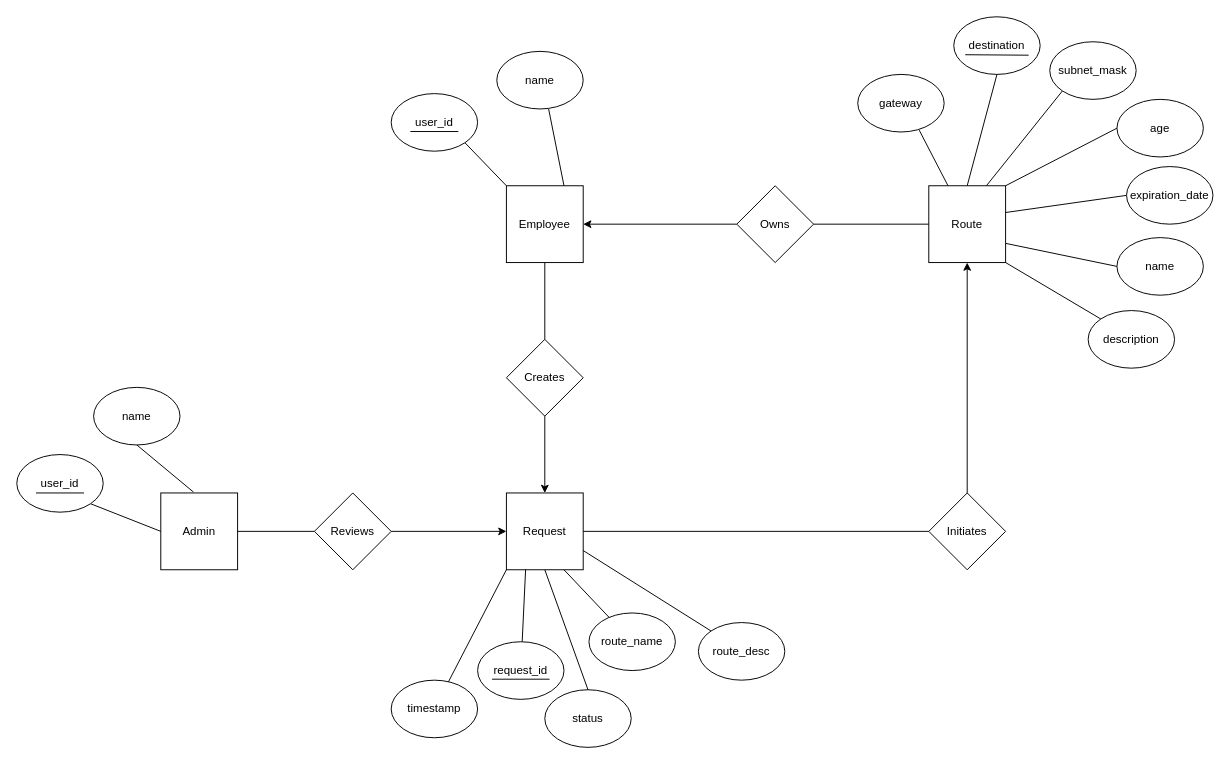
Above: vpn-routing-erd.drawio in macsyd/csc370-database-project (draw.io), before the change. Source tidied: cells renumbered, new cells numbered last; positions are measured from the earlier drawing's top-left corner, leaving out a move shared by most shapes. Both pictures are drawn from the tidied source at 96%, with x=0, y=0 at pixel (16, 16).
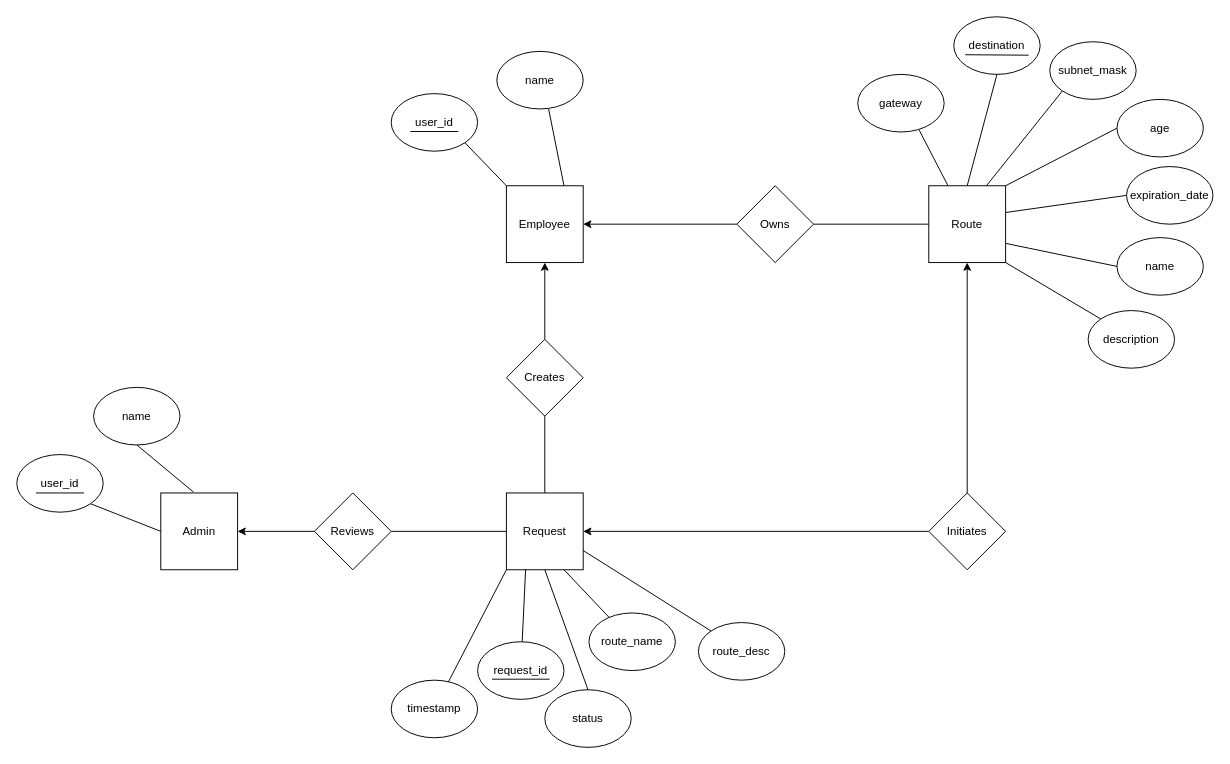
The same page after the edit.

Commit message:
Update multiplicity arrows in vpn-routing-erd.drawio

The change refers to these unchanged cells:
```xml
<mxCell id="18" value="Employee" style="whiteSpace=wrap;html=1;" parent="1" vertex="1">
  <mxGeometry x="510" y="176" width="80" height="80" as="geometry" />
</mxCell>
<mxCell id="25" value="Request" style="whiteSpace=wrap;html=1;" parent="1" vertex="1">
  <mxGeometry x="510" y="496" width="80" height="80" as="geometry" />
</mxCell>
<mxCell id="35" value="Admin" style="whiteSpace=wrap;html=1;" parent="1" vertex="1">
  <mxGeometry x="150" y="496" width="80" height="80" as="geometry" />
</mxCell>
<mxCell id="39" value="Creates" style="rhombus;whiteSpace=wrap;html=1;" parent="1" vertex="1">
  <mxGeometry x="510" y="336" width="80" height="80" as="geometry" />
</mxCell>
<mxCell id="43" value="Reviews" style="rhombus;whiteSpace=wrap;html=1;" parent="1" vertex="1">
  <mxGeometry x="310" y="496" width="80" height="80" as="geometry" />
</mxCell>
<mxCell id="50" value="Initiates" style="rhombus;whiteSpace=wrap;html=1;" parent="1" vertex="1">
  <mxGeometry x="950" y="496" width="80" height="80" as="geometry" />
</mxCell>
```

Diff of the diagram source:
```diff
@@
-    <mxCell id="40" style="rounded=0;jettySize=auto;html=1;endArrow=none;endFill=0;entryX=0.5;entryY=1;entryDx=0;entryDy=0;exitX=0.5;exitY=0;exitDx=0;exitDy=0;" parent="1" edge="1" source="39" target="18">
+    <mxCell id="40" style="rounded=0;jettySize=auto;html=1;endArrow=classic;endFill=1;entryX=0.5;entryY=1;entryDx=0;entryDy=0;exitX=0.5;exitY=0;exitDx=0;exitDy=0;" parent="1" edge="1" source="39" target="18">
       <mxGeometry relative="1" as="geometry" />
     </mxCell>
-    <mxCell id="41" style="endArrow=classic;html=1;rounded=0;entryX=0.5;entryY=0;entryDx=0;entryDy=0;exitX=0.5;exitY=1;exitDx=0;exitDy=0;" parent="1" edge="1" source="39" target="25">
+    <mxCell id="41" style="endArrow=none;html=1;rounded=0;entryX=0.5;entryY=0;entryDx=0;entryDy=0;exitX=0.5;exitY=1;exitDx=0;exitDy=0;endFill=0;" parent="1" edge="1" source="39" target="25">
       <mxGeometry relative="1" as="geometry" />
     </mxCell>
@@
-    <mxCell id="44" style="rounded=0;jettySize=auto;html=1;endArrow=none;endFill=0;entryX=1;entryY=0.5;entryDx=0;entryDy=0;exitX=0;exitY=0.5;exitDx=0;exitDy=0;" parent="1" edge="1" source="43" target="35">
+    <mxCell id="44" style="rounded=0;jettySize=auto;html=1;endArrow=classic;endFill=1;entryX=1;entryY=0.5;entryDx=0;entryDy=0;exitX=0;exitY=0.5;exitDx=0;exitDy=0;startArrow=none;startFill=0;" parent="1" edge="1" source="43" target="35">
       <mxGeometry relative="1" as="geometry" />
     </mxCell>
-    <mxCell id="45" style="endArrow=classic;html=1;rounded=0;entryX=0;entryY=0.5;entryDx=0;entryDy=0;exitX=1;exitY=0.5;exitDx=0;exitDy=0;" parent="1" edge="1" source="43" target="25">
+    <mxCell id="45" style="endArrow=none;html=1;rounded=0;entryX=0;entryY=0.5;entryDx=0;entryDy=0;exitX=1;exitY=0.5;exitDx=0;exitDy=0;endFill=0;" parent="1" edge="1" source="43" target="25">
       <mxGeometry relative="1" as="geometry" />
     </mxCell>
@@
-    <mxCell id="51" style="rounded=0;jettySize=auto;html=1;endArrow=none;endFill=0;entryX=1;entryY=0.5;entryDx=0;entryDy=0;exitX=0;exitY=0.5;exitDx=0;exitDy=0;" parent="1" edge="1" source="50" target="25">
+    <mxCell id="51" style="rounded=0;jettySize=auto;html=1;endArrow=classic;endFill=1;entryX=1;entryY=0.5;entryDx=0;entryDy=0;exitX=0;exitY=0.5;exitDx=0;exitDy=0;startArrow=none;startFill=0;" parent="1" edge="1" source="50" target="25">
       <mxGeometry relative="1" as="geometry" />
     </mxCell>
```
